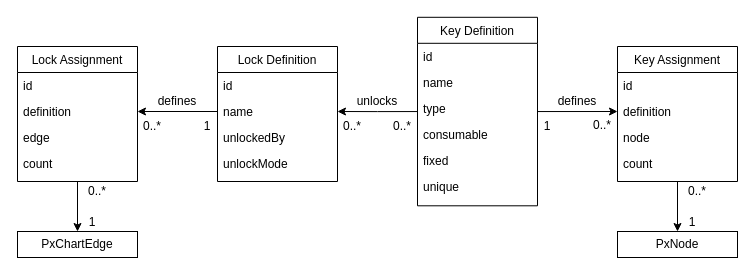
bowl-of-rais/ma-thesis keeps this draw.io diagram as thesis/thesis/assets/04/lock-key-data-model.drawio. Above is the earlier version. Source tidied: cells renumbered, new cells numbered last; positions are measured from the earlier drawing's top-left corner, leaving out a move shared by most shapes. Both pictures are drawn from the tidied source at 100%, with x=0, y=0 at pixel (17, 17).
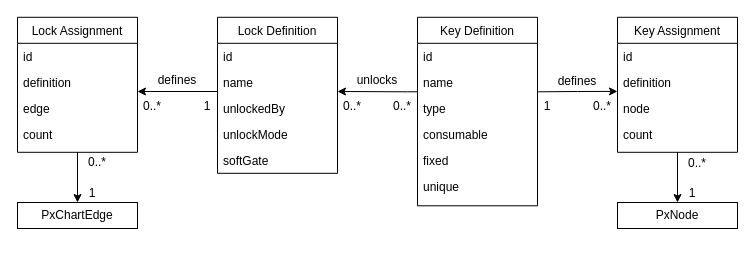
Above is the later version.

The change refers to these unchanged cells:
```xml
<mxCell id="4" value="Key Definition" style="swimlane;fontStyle=0;align=center;verticalAlign=top;horizontal=1;startSize=26;rounded=0;shadow=0;strokeWidth=1;" parent="1" vertex="1">
  <mxGeometry x="400" y="-0.2" width="120" height="188.5" as="geometry" />
</mxCell>
<mxCell id="6" value="name" style="text;align=left;verticalAlign=top;spacingLeft=4;spacingRight=4;overflow=hidden;points=[[0,0.5],[1,0.5]];portConstraint=eastwest;rounded=0;shadow=0;html=0;" parent="4" vertex="1">
  <mxGeometry y="52" width="120" height="26" as="geometry" />
</mxCell>
<mxCell id="14" value="definition" style="text;align=left;verticalAlign=top;spacingLeft=4;spacingRight=4;overflow=hidden;points=[[0,0.5],[1,0.5]];portConstraint=eastwest;rounded=0;shadow=0;html=0;" parent="12" vertex="1">
  <mxGeometry y="52" width="120" height="26" as="geometry" />
</mxCell>
<mxCell id="21" value="name" style="text;align=left;verticalAlign=top;spacingLeft=4;spacingRight=4;overflow=hidden;points=[[0,0.5],[1,0.5]];portConstraint=eastwest;rounded=0;shadow=0;html=0;" parent="19" vertex="1">
  <mxGeometry y="52" width="120" height="26" as="geometry" />
</mxCell>
<mxCell id="27" value="definition" style="text;align=left;verticalAlign=top;spacingLeft=4;spacingRight=4;overflow=hidden;points=[[0,0.5],[1,0.5]];portConstraint=eastwest;rounded=0;shadow=0;html=0;" parent="25" vertex="1">
  <mxGeometry y="52" width="120" height="26" as="geometry" />
</mxCell>
```

The edit, as a diff of the source:
```diff
@@
-    <mxCell id="2" style="edgeStyle=orthogonalEdgeStyle;rounded=0;jettySize=auto;html=1;exitX=0;exitY=0.5;exitDx=0;exitDy=0;entryX=1;entryY=0.5;entryDx=0;entryDy=0;" parent="1" edge="1" source="4" target="21">
-      <mxGeometry relative="1" as="geometry" />
+    <mxCell id="2" style="edgeStyle=orthogonalEdgeStyle;rounded=0;jettySize=auto;html=1;exitX=-0.002;exitY=0.865;exitDx=0;exitDy=0;exitPerimeter=0;" parent="1" edge="1" source="6">
+      <mxGeometry relative="1" as="geometry">
+        <mxPoint x="320" y="74" as="targetPoint" />
+        <Array as="points">
+          <mxPoint x="390" y="74" />
+          <mxPoint x="320" y="74" />
+        </Array>
+      </mxGeometry>
     </mxCell>
-    <mxCell id="3" style="rounded=0;jettySize=auto;html=1;exitX=1;exitY=0.5;exitDx=0;exitDy=0;entryX=0;entryY=0.5;entryDx=0;entryDy=0;" parent="1" edge="1" source="4" target="14">
-      <mxGeometry relative="1" as="geometry" />
+    <mxCell id="3" style="rounded=0;jettySize=auto;html=1;exitX=1.005;exitY=0.865;exitDx=0;exitDy=0;entryX=0;entryY=0.85;entryDx=0;entryDy=0;exitPerimeter=0;entryPerimeter=0;" parent="1" edge="1" source="6" target="14">
+      <mxGeometry relative="1" as="geometry">
+        <Array as="points">
+          <mxPoint x="560" y="74" />
+        </Array>
+      </mxGeometry>
     </mxCell>
@@
     <mxCell id="12" value="Key Assignment" style="swimlane;fontStyle=0;align=center;verticalAlign=top;horizontal=1;startSize=26;rounded=0;shadow=0;strokeWidth=1;" parent="1" vertex="1">
-      <mxGeometry x="600" y="29" width="120" height="135" as="geometry" />
+      <mxGeometry x="600" y="-0.2" width="120" height="135" as="geometry" />
     </mxCell>
@@
     <mxCell id="17" value="PxNode" style="html=1;whiteSpace=wrap;" parent="1" vertex="1">
-      <mxGeometry x="600" y="214" width="120" height="26" as="geometry" />
+      <mxGeometry x="600" y="185" width="120" height="26" as="geometry" />
     </mxCell>
-    <mxCell id="18" style="edgeStyle=orthogonalEdgeStyle;rounded=0;jettySize=auto;html=1;exitX=0;exitY=0.5;exitDx=0;exitDy=0;entryX=1;entryY=0.5;entryDx=0;entryDy=0;" parent="1" edge="1" source="21" target="27">
-      <mxGeometry relative="1" as="geometry" />
+    <mxCell id="18" style="edgeStyle=orthogonalEdgeStyle;rounded=0;jettySize=auto;html=1;exitX=0;exitY=0.96;exitDx=0;exitDy=0;exitPerimeter=0;" parent="1" edge="1" source="21">
+      <mxGeometry relative="1" as="geometry">
+        <mxPoint x="120" y="74" as="targetPoint" />
+        <Array as="points">
+          <mxPoint x="200" y="74" />
+          <mxPoint x="120" y="74" />
+        </Array>
+      </mxGeometry>
     </mxCell>
     <mxCell id="19" value="Lock Definition" style="swimlane;fontStyle=0;align=center;verticalAlign=top;horizontal=1;startSize=26;rounded=0;shadow=0;strokeWidth=1;" parent="1" vertex="1">
-      <mxGeometry x="200" y="29" width="120" height="135" as="geometry" />
+      <mxGeometry x="200" y="-0.2" width="120" height="156" as="geometry" />
     </mxCell>
@@
+    <mxCell id="45" value="softGate" style="text;strokeColor=none;fillColor=none;align=left;verticalAlign=top;spacingLeft=4;spacingRight=4;overflow=hidden;whiteSpace=wrap;html=1;" parent="19" vertex="1">
+      <mxGeometry y="130" width="120" height="26" as="geometry" />
+    </mxCell>
@@
     <mxCell id="25" value="Lock Assignment" style="swimlane;fontStyle=0;align=center;verticalAlign=top;horizontal=1;startSize=26;rounded=0;shadow=0;strokeWidth=1;" parent="1" vertex="1">
-      <mxGeometry y="29" width="120" height="135" as="geometry" />
+      <mxGeometry y="-0.2" width="120" height="135" as="geometry" />
     </mxCell>
@@
     <mxCell id="30" value="PxChartEdge" style="html=1;whiteSpace=wrap;" parent="1" vertex="1">
-      <mxGeometry y="214" width="120" height="26" as="geometry" />
+      <mxGeometry y="185" width="120" height="26" as="geometry" />
     </mxCell>
     <mxCell id="31" value="unlocks" style="text;html=1;whiteSpace=wrap;strokeColor=none;fillColor=none;align=center;verticalAlign=middle;rounded=0;" parent="1" vertex="1">
-      <mxGeometry x="320" y="74" width="80" height="20" as="geometry" />
+      <mxGeometry x="320" y="53" width="80" height="20" as="geometry" />
     </mxCell>
@@
     <mxCell id="33" value="0..*" style="text;html=1;whiteSpace=wrap;strokeColor=none;fillColor=none;align=center;verticalAlign=middle;rounded=0;" parent="1" vertex="1">
-      <mxGeometry x="320" y="94" width="30" height="30" as="geometry" />
+      <mxGeometry x="320" y="74" width="30" height="30" as="geometry" />
     </mxCell>
     <mxCell id="34" value="0..*" style="text;html=1;whiteSpace=wrap;strokeColor=none;fillColor=none;align=center;verticalAlign=middle;rounded=0;" parent="1" vertex="1">
-      <mxGeometry x="660" y="164" width="40" height="19" as="geometry" />
+      <mxGeometry x="660" y="136.8" width="40" height="19" as="geometry" />
     </mxCell>
     <mxCell id="35" value="1" style="text;html=1;whiteSpace=wrap;strokeColor=none;fillColor=none;align=center;verticalAlign=middle;rounded=0;" parent="1" vertex="1">
-      <mxGeometry x="660" y="195" width="30" height="19" as="geometry" />
+      <mxGeometry x="660" y="166" width="30" height="19" as="geometry" />
     </mxCell>
     <mxCell id="36" value="0..*" style="text;html=1;whiteSpace=wrap;strokeColor=none;fillColor=none;align=center;verticalAlign=middle;rounded=0;" parent="1" vertex="1">
-      <mxGeometry x="60" y="164" width="40" height="19" as="geometry" />
+      <mxGeometry x="60" y="135" width="40" height="19" as="geometry" />
     </mxCell>
     <mxCell id="37" value="1" style="text;html=1;whiteSpace=wrap;strokeColor=none;fillColor=none;align=center;verticalAlign=middle;rounded=0;" parent="1" vertex="1">
-      <mxGeometry x="60" y="195" width="30" height="19" as="geometry" />
+      <mxGeometry x="60" y="166" width="30" height="19" as="geometry" />
     </mxCell>
     <mxCell id="38" value="0..*" style="text;html=1;whiteSpace=wrap;strokeColor=none;fillColor=none;align=center;verticalAlign=middle;rounded=0;" parent="1" vertex="1">
-      <mxGeometry x="370" y="94" width="30" height="30" as="geometry" />
+      <mxGeometry x="370" y="74" width="30" height="30" as="geometry" />
     </mxCell>
     <mxCell id="39" value="0..*" style="text;html=1;whiteSpace=wrap;strokeColor=none;fillColor=none;align=center;verticalAlign=middle;rounded=0;" parent="1" vertex="1">
-      <mxGeometry x="120" y="94" width="30" height="30" as="geometry" />
+      <mxGeometry x="120" y="74" width="30" height="30" as="geometry" />
     </mxCell>
     <mxCell id="40" value="0..*" style="text;html=1;whiteSpace=wrap;strokeColor=none;fillColor=none;align=center;verticalAlign=middle;rounded=0;" parent="1" vertex="1">
-      <mxGeometry x="570" y="93" width="30" height="30" as="geometry" />
+      <mxGeometry x="570" y="74" width="30" height="30" as="geometry" />
     </mxCell>
     <mxCell id="41" value="1" style="text;html=1;whiteSpace=wrap;strokeColor=none;fillColor=none;align=center;verticalAlign=middle;rounded=0;" parent="1" vertex="1">
-      <mxGeometry x="520" y="94" width="20" height="30" as="geometry" />
+      <mxGeometry x="520" y="74" width="20" height="30" as="geometry" />
     </mxCell>
     <mxCell id="42" value="1" style="text;html=1;whiteSpace=wrap;strokeColor=none;fillColor=none;align=center;verticalAlign=middle;rounded=0;" parent="1" vertex="1">
-      <mxGeometry x="180" y="94" width="20" height="30" as="geometry" />
+      <mxGeometry x="180" y="74" width="20" height="30" as="geometry" />
     </mxCell>
     <mxCell id="43" value="defines" style="text;html=1;whiteSpace=wrap;strokeColor=none;fillColor=none;align=center;verticalAlign=middle;rounded=0;" parent="1" vertex="1">
-      <mxGeometry x="120" y="74" width="80" height="20" as="geometry" />
+      <mxGeometry x="120" y="53" width="80" height="20" as="geometry" />
     </mxCell>
     <mxCell id="44" value="defines" style="text;html=1;whiteSpace=wrap;strokeColor=none;fillColor=none;align=center;verticalAlign=middle;rounded=0;" parent="1" vertex="1">
-      <mxGeometry x="520" y="74" width="80" height="20" as="geometry" />
+      <mxGeometry x="520" y="54" width="80" height="20" as="geometry" />
     </mxCell>
```
